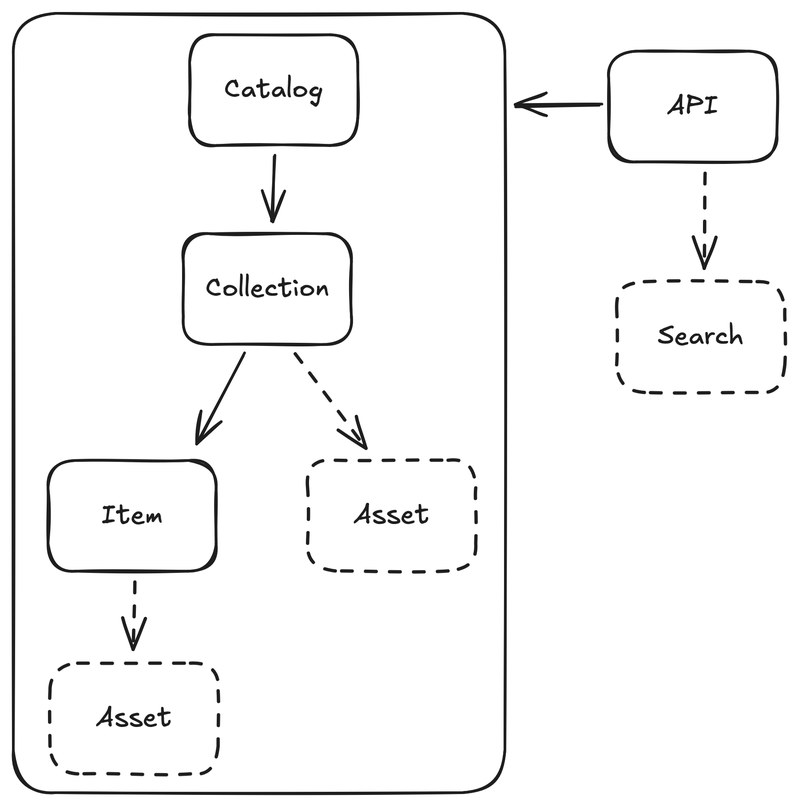
Before: img/stac-entities.excalidraw.png, a diagram exported from Excalidraw (gadomski/presentations). Source tidied: one line per element, renumbered; positions are measured from the earlier drawing's top-left corner, leaving out a move shared by most shapes.
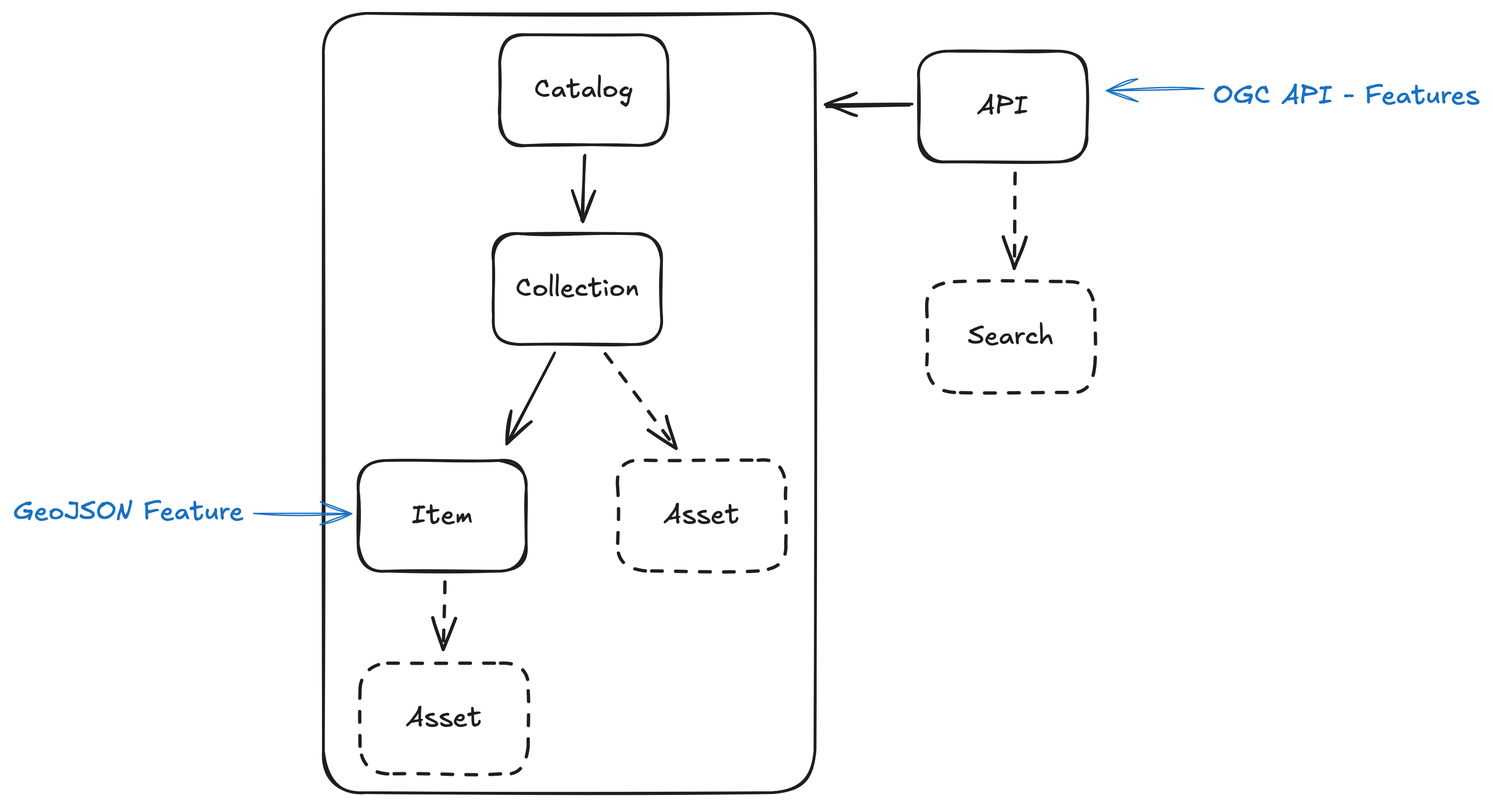
The same diagram one commit later.

Change to the diagram source:
```diff
@@ -19,3 +19,7 @@
 {"id": 18, "type": "arrow", "strokeColor": "#1e1e1e", "strokeWidth": 2, "strokeStyle": "dashed", "roughness": 1, "endArrowhead": "arrow", "round": true, "from": 14, "to": 16, "x": 520, "y": 120, "width": 2, "height": 71, "points": [[0, 0], [-2, 71]]}
 {"id": 19, "type": "rectangle", "strokeColor": "#1e1e1e", "strokeWidth": 2, "roughness": 1, "round": true, "x": 0, "y": 0, "width": 369, "height": 585}
 {"id": 20, "type": "arrow", "strokeColor": "#1e1e1e", "strokeWidth": 2, "roughness": 1, "endArrowhead": "arrow", "round": true, "from": 14, "to": 19, "x": 440, "y": 69, "width": 64, "height": 1, "points": [[0, 0], [-64, 1]]}
+{"id": 21, "type": "text", "text": "GeoJSON Feature", "strokeColor": "#1971c2", "strokeWidth": 1, "roughness": 1, "fontSize": 20, "fontFamily": 5, "x": -233, "y": 362, "width": 173, "height": 25}
+{"id": 22, "type": "arrow", "strokeColor": "#1971c2", "strokeWidth": 1, "roughness": 1, "endArrowhead": "arrow", "from": 21, "to": 4, "x": -52, "y": 375, "width": 73, "height": 0, "points": [[0, 0], [73, 0]]}
+{"id": 23, "type": "text", "text": "OGC API - Features", "strokeColor": "#1971c2", "strokeWidth": 1, "roughness": 1, "fontSize": 20, "fontFamily": 5, "x": 668, "y": 50, "width": 200, "height": 25}
+{"id": 24, "type": "arrow", "strokeColor": "#1971c2", "strokeWidth": 1, "roughness": 1, "endArrowhead": "arrow", "from": 23, "to": 14, "x": 661, "y": 57, "width": 73, "height": 2, "points": [[0, 0], [-73, 2]]}
```
